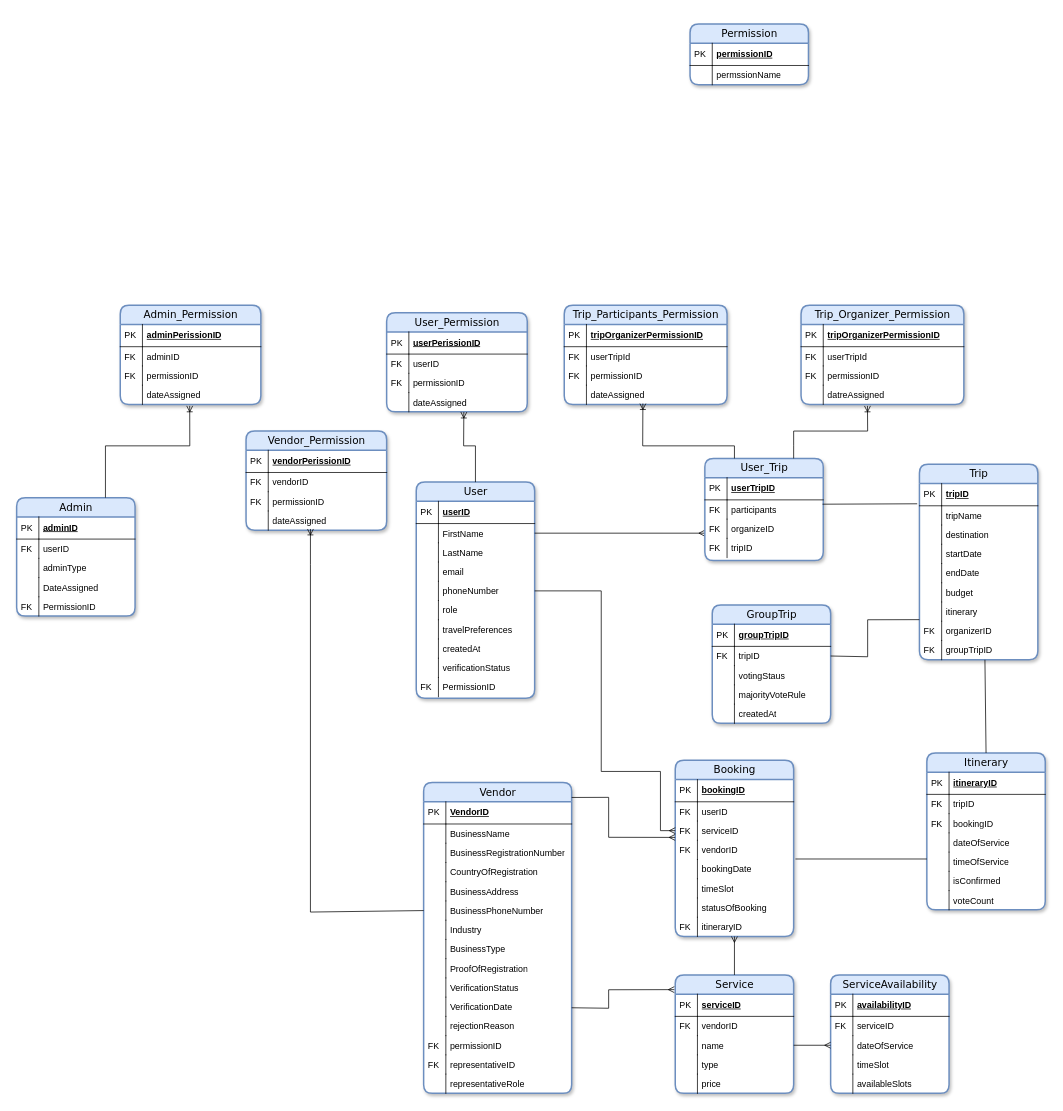
Before: images/Untitled Diagram.drawio in AlaishAJohnson/VoyageSyncCapstone, a draw.io diagram. Source tidied: cells renumbered, new cells numbered last; positions are measured from the earlier drawing's top-left corner, leaving out a move shared by most shapes. Both pictures are drawn from the tidied source at 74%, with x=0, y=0 at pixel (16, 24).
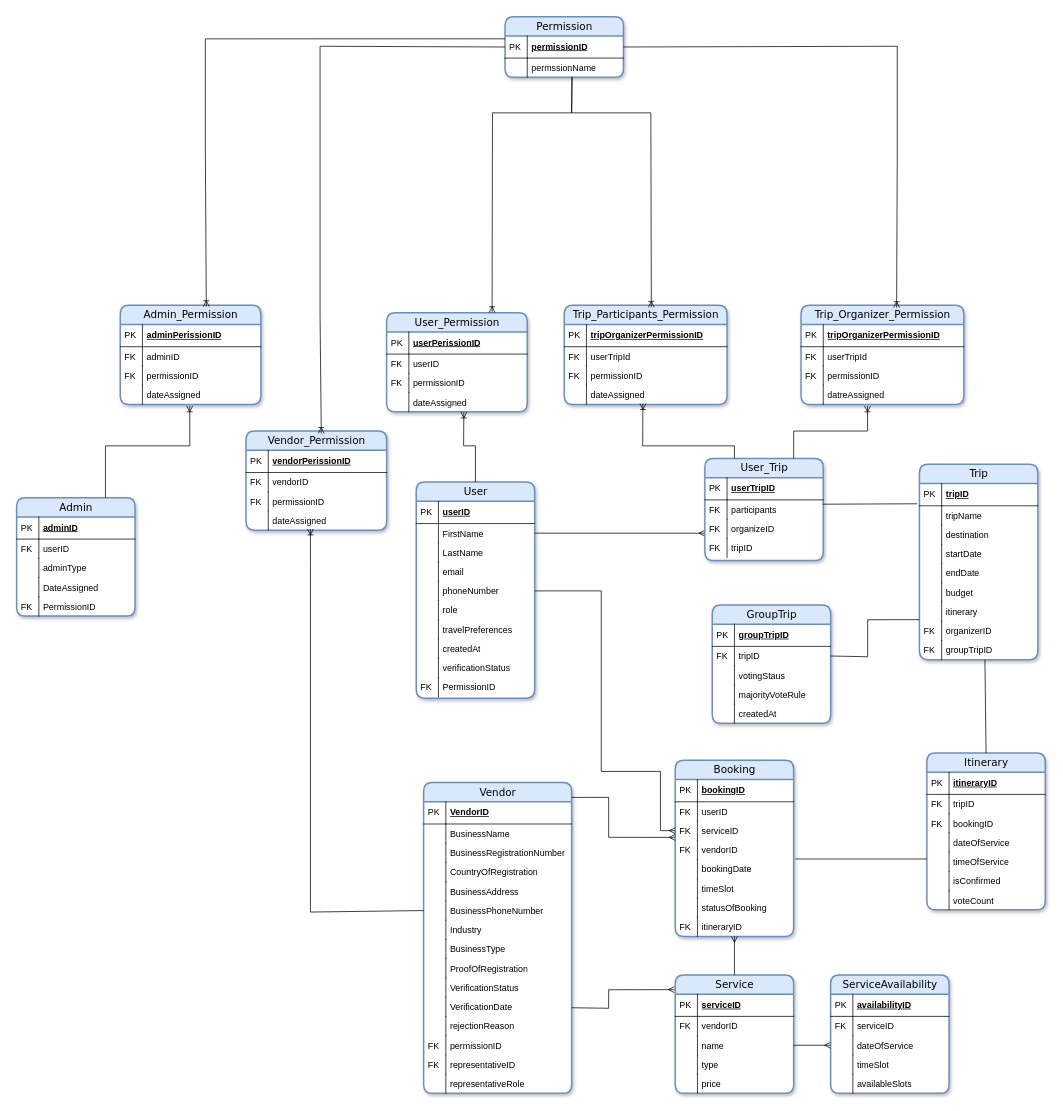
Above is the later version.

The change refers to these unchanged cells:
```xml
<mxCell id="168" value="Trip_Organizer_Permission" style="swimlane;html=1;fontStyle=0;horizontal=1;startSize=26;fillColor=#dae8fc;swimlaneFillColor=#ffffff;align=center;rounded=1;shadow=1;comic=0;labelBackgroundColor=none;strokeWidth=2;fontFamily=Verdana;fontSize=14;strokeColor=#6c8ebf;" parent="1" vertex="1">
  <mxGeometry x="1060" y="380" width="220" height="134" as="geometry" />
</mxCell>
<mxCell id="178" value="permissionID" style="shape=partialRectangle;top=0;left=0;right=0;bottom=1;html=1;align=left;verticalAlign=middle;fillColor=none;spacingLeft=34;spacingRight=4;whiteSpace=wrap;overflow=hidden;points=[[0,0.5],[1,0.5]];portConstraint=eastwest;fontStyle=5;" parent="177" vertex="1">
  <mxGeometry y="26" width="160" height="30" as="geometry" />
</mxCell>
<mxCell id="180" value="permssionName" style="shape=partialRectangle;top=0;left=0;right=0;bottom=0;html=1;align=left;verticalAlign=top;fillColor=none;spacingLeft=34;spacingRight=4;whiteSpace=wrap;overflow=hidden;points=[[0,0.5],[1,0.5]];portConstraint=eastwest;" parent="177" vertex="1">
  <mxGeometry y="56" width="160" height="26" as="geometry" />
</mxCell>
<mxCell id="182" value="Trip_Participants_Permission" style="swimlane;html=1;fontStyle=0;horizontal=1;startSize=26;fillColor=#dae8fc;swimlaneFillColor=#ffffff;align=center;rounded=1;shadow=1;comic=0;labelBackgroundColor=none;strokeWidth=2;fontFamily=Verdana;fontSize=14;strokeColor=#6c8ebf;" parent="1" vertex="1">
  <mxGeometry x="740" y="380" width="220" height="134" as="geometry" />
</mxCell>
<mxCell id="193" value="Admin_Permission" style="swimlane;html=1;fontStyle=0;horizontal=1;startSize=26;fillColor=#dae8fc;swimlaneFillColor=#ffffff;align=center;rounded=1;shadow=1;comic=0;labelBackgroundColor=none;strokeWidth=2;fontFamily=Verdana;fontSize=14;strokeColor=#6c8ebf;" parent="1" vertex="1">
  <mxGeometry x="140" y="380" width="190" height="134" as="geometry" />
</mxCell>
<mxCell id="203" value="User_Permission" style="swimlane;html=1;fontStyle=0;horizontal=1;startSize=26;fillColor=#dae8fc;swimlaneFillColor=#ffffff;align=center;rounded=1;shadow=1;comic=0;labelBackgroundColor=none;strokeWidth=2;fontFamily=Verdana;fontSize=14;strokeColor=#6c8ebf;" parent="1" vertex="1">
  <mxGeometry x="500" y="390" width="190" height="134" as="geometry" />
</mxCell>
<mxCell id="213" value="Vendor_Permission" style="swimlane;html=1;fontStyle=0;horizontal=1;startSize=26;fillColor=#dae8fc;swimlaneFillColor=#ffffff;align=center;rounded=1;shadow=1;comic=0;labelBackgroundColor=none;strokeWidth=2;fontFamily=Verdana;fontSize=14;strokeColor=#6c8ebf;" parent="1" vertex="1">
  <mxGeometry x="310" y="550" width="190" height="134" as="geometry" />
</mxCell>
```

Diff of the diagram source:
```diff
@@
     <mxCell id="177" value="Permission" style="swimlane;html=1;fontStyle=0;horizontal=1;startSize=26;fillColor=#dae8fc;swimlaneFillColor=#ffffff;align=center;rounded=1;shadow=1;comic=0;labelBackgroundColor=none;strokeWidth=2;fontFamily=Verdana;fontSize=14;strokeColor=#6c8ebf;" parent="1" vertex="1">
-      <mxGeometry x="910" width="160" height="82" as="geometry" />
+      <mxGeometry x="660" y="-10" width="160" height="82" as="geometry" />
     </mxCell>
@@
+    <mxCell id="223" style="endArrow=ERoneToMany;html=1;rounded=0;exitX=0.565;exitY=1.013;exitDx=0;exitDy=0;endFill=0;exitPerimeter=0;entryX=0.75;entryY=0;entryDx=0;entryDy=0;" parent="1" edge="1" source="180" target="203">
+      <mxGeometry relative="1" as="geometry">
+        <Array as="points">
+          <mxPoint x="750" y="120" />
+          <mxPoint x="643" y="120" />
+        </Array>
+      </mxGeometry>
+    </mxCell>
+    <mxCell id="224" style="endArrow=ERoneToMany;html=1;rounded=0;exitX=0.566;exitY=0.965;exitDx=0;exitDy=0;endFill=0;exitPerimeter=0;entryX=0.535;entryY=0.021;entryDx=0;entryDy=0;entryPerimeter=0;" parent="1" edge="1" source="180" target="182">
+      <mxGeometry relative="1" as="geometry">
+        <Array as="points">
+          <mxPoint x="750" y="120" />
+          <mxPoint x="857" y="120" />
+        </Array>
+      </mxGeometry>
+    </mxCell>
+    <mxCell id="225" style="endArrow=ERoneToMany;html=1;rounded=0;exitX=1;exitY=0.5;exitDx=0;exitDy=0;endFill=0;entryX=0.587;entryY=0.024;entryDx=0;entryDy=0;entryPerimeter=0;" parent="1" edge="1" source="178" target="168">
+      <mxGeometry relative="1" as="geometry">
+        <Array as="points">
+          <mxPoint x="1190" y="30" />
+          <mxPoint x="1190" y="180" />
+        </Array>
+      </mxGeometry>
+    </mxCell>
+    <mxCell id="226" style="endArrow=ERoneToMany;html=1;rounded=0;exitX=0;exitY=0.133;exitDx=0;exitDy=0;endFill=0;entryX=0.612;entryY=0.014;entryDx=0;entryDy=0;entryPerimeter=0;exitPerimeter=0;" parent="1" edge="1" source="178" target="193">
+      <mxGeometry relative="1" as="geometry">
+        <Array as="points">
+          <mxPoint x="255" y="20" />
+          <mxPoint x="255" y="170" />
+        </Array>
+      </mxGeometry>
+    </mxCell>
+    <mxCell id="227" style="endArrow=ERoneToMany;html=1;rounded=0;exitX=0;exitY=0.5;exitDx=0;exitDy=0;endFill=0;entryX=0.535;entryY=0.025;entryDx=0;entryDy=0;entryPerimeter=0;" parent="1" edge="1" source="178" target="213">
+      <mxGeometry relative="1" as="geometry">
+        <Array as="points">
+          <mxPoint x="410" y="30" />
+          <mxPoint x="410" y="392" />
+        </Array>
+      </mxGeometry>
+    </mxCell>
```
